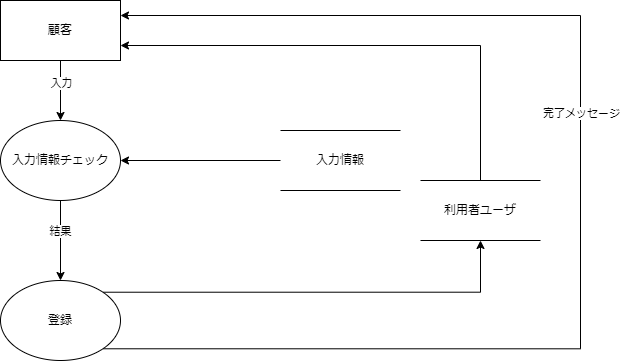
This is DFD/顧客アカウント登録.drawio.png from Pyama1013/Sotsu.Gamen, a draw.io export, as it was before one commit. Source tidied: cells renumbered, new cells last; positions are measured from the earlier drawing's top-left corner, leaving out a move shared by most shapes.
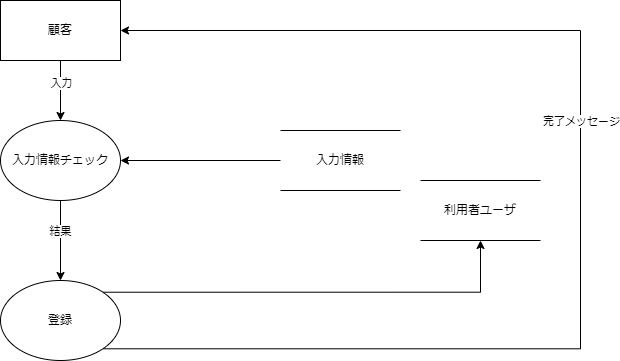
The same file after the commit.

Commit message:
Update 顧客アカウント登録.drawio.png

Diff of the diagram source:
```diff
@@ -8,9 +8,6 @@
     <mxCell id="3" value="入力" style="edgeLabel;html=1;align=center;verticalAlign=middle;" parent="2" vertex="1">
       <mxGeometry x="-0.25" relative="1" as="geometry" />
     </mxCell>
-    <mxCell id="4" style="edgeStyle=orthogonalEdgeStyle;rounded=0;jettySize=auto;html=1;exitX=0.5;exitY=0;exitDx=0;exitDy=0;entryX=1;entryY=0.75;entryDx=0;entryDy=0;" parent="1" edge="1" source="15" target="5">
-      <mxGeometry relative="1" as="geometry" />
-    </mxCell>
     <mxCell id="5" value="顧客" style="rounded=0;whiteSpace=wrap;html=1;" parent="1" vertex="1">
       <mxGeometry width="120" height="60" as="geometry" />
     </mxCell>
@@ -26,11 +23,13 @@
     <mxCell id="9" style="edgeStyle=orthogonalEdgeStyle;rounded=0;jettySize=auto;html=1;exitX=1;exitY=0;exitDx=0;exitDy=0;entryX=0.5;entryY=1;entryDx=0;entryDy=0;" parent="1" edge="1" source="12" target="15">
       <mxGeometry relative="1" as="geometry" />
     </mxCell>
-    <mxCell id="10" style="edgeStyle=orthogonalEdgeStyle;rounded=0;jettySize=auto;html=1;exitX=1;exitY=1;exitDx=0;exitDy=0;entryX=1;entryY=0.25;entryDx=0;entryDy=0;" parent="1" edge="1" source="12" target="5">
+    <mxCell id="10" style="edgeStyle=orthogonalEdgeStyle;rounded=0;jettySize=auto;html=1;exitX=1;exitY=1;exitDx=0;exitDy=0;" parent="1" edge="1" source="12">
       <mxGeometry relative="1" as="geometry">
+        <mxPoint x="120" y="30" as="targetPoint" />
         <Array as="points">
           <mxPoint x="580" y="348" />
-          <mxPoint x="580" y="15" />
+          <mxPoint x="580" y="30" />
+          <mxPoint x="120" y="30" />
         </Array>
       </mxGeometry>
     </mxCell>
```
